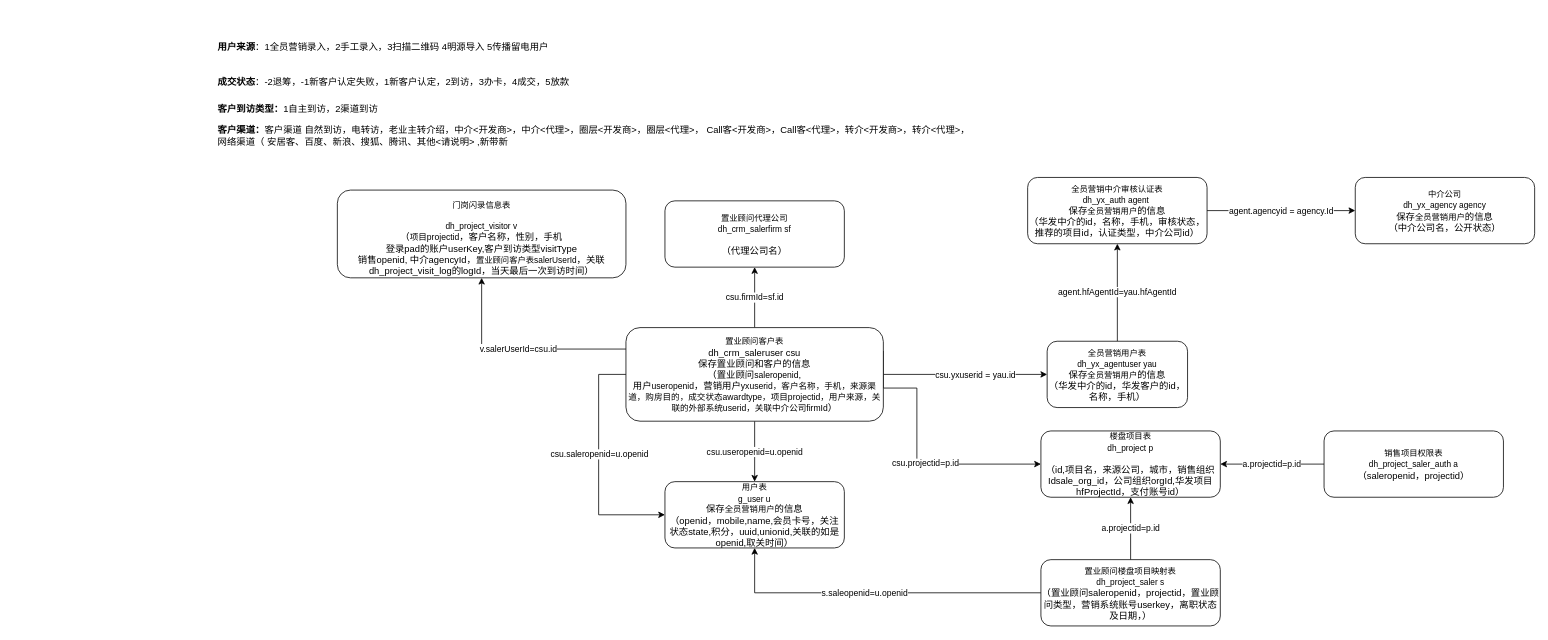
Above: page "移动案场基础表结构关系" (3 of 3) of 全民营销.drawio in juesuchen/diagrams (draw.io), before the change. Source tidied: cells renumbered, new cells numbered last; positions are measured from the earlier drawing's top-left corner, leaving out a move shared by most shapes. Both pictures are drawn from the tidied source at 78%, with x=0, y=0 at pixel (216, 13).
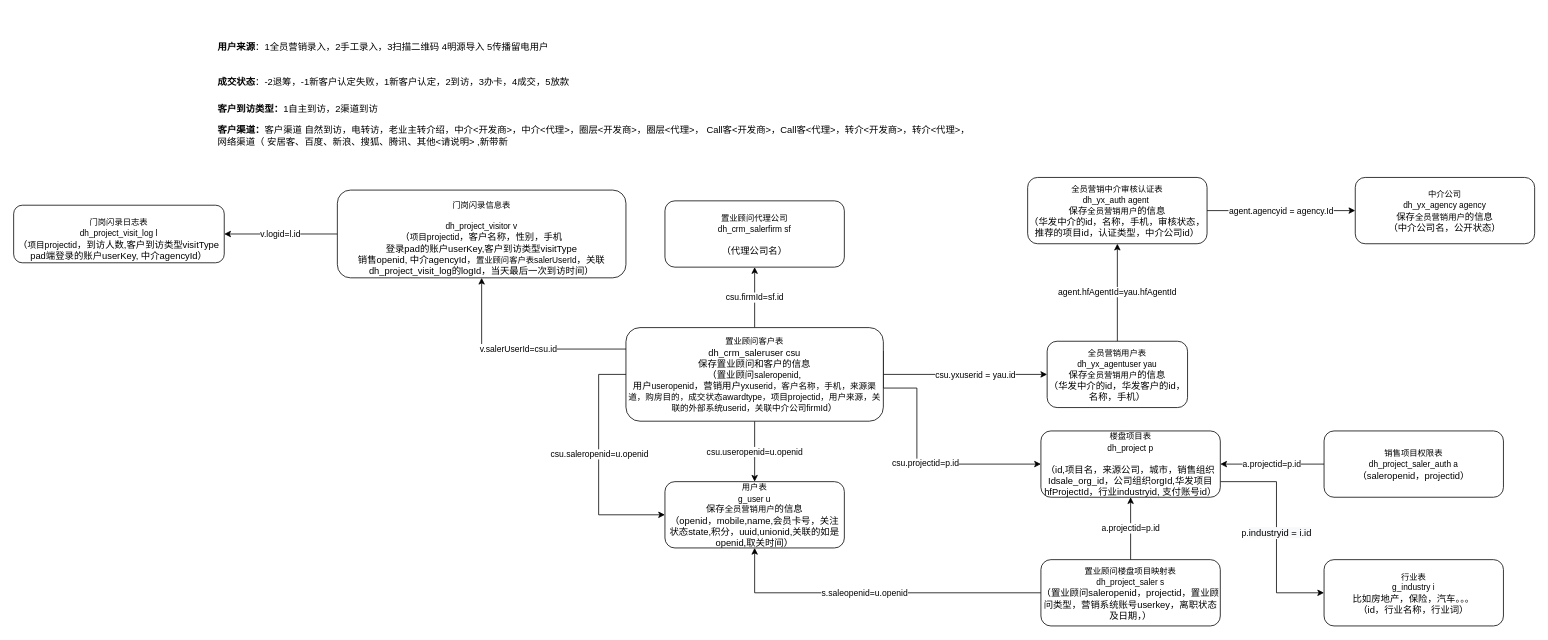
Above is the later version.

Commit message:
更新全民营销.drawio

The change refers to these unchanged cells:
```xml
<mxCell id="21" value="&lt;p class=&quot;MsoNormal&quot;&gt;&lt;span style=&quot;font-size: 8.0000pt&quot;&gt;门岗闪录信息表&lt;/span&gt;&lt;/p&gt;&lt;span style=&quot;font-size: 10.6667px&quot;&gt;dh_project_visitor v&lt;/span&gt;&lt;br&gt;（&lt;span style=&quot;font-size: 11px ; background-color: rgb(255 , 255 , 255)&quot;&gt;项目projectid&lt;/span&gt;，客户名称，性别，手机&lt;br&gt;登录pad的账户userKey,客户到访类型visitType&lt;br&gt;销售openid, 中介agencyId，&lt;span style=&quot;font-size: 10.6667px&quot;&gt;置业顾问客户表salerUserId&lt;/span&gt;，关联dh_project_visit_log的logId，当天最后一次到访时间）" style="rounded=1;whiteSpace=wrap;html=1;" parent="1" vertex="1">
  <mxGeometry x="155" y="226.2" width="370" height="112.5" as="geometry" />
</mxCell>
```

Change to the diagram source:
```diff
@@
+    <mxCell id="28" value="p.&lt;span style=&quot;font-size: 12px ; background-color: rgb(248 , 249 , 250)&quot;&gt;industryid = i.id&lt;/span&gt;" style="edgeStyle=orthogonalEdgeStyle;rounded=0;jettySize=auto;html=1;entryX=0;entryY=0.5;entryDx=0;entryDy=0;" parent="1" edge="1" source="20" target="30">
+      <mxGeometry relative="1" as="geometry">
+        <Array as="points">
+          <mxPoint x="1359" y="600" />
+          <mxPoint x="1359" y="743" />
+        </Array>
+      </mxGeometry>
+    </mxCell>
-    <mxCell id="20" value="&lt;span style=&quot;font-size: 10.6667px&quot;&gt;楼盘项目表&lt;/span&gt;&lt;br&gt;&lt;span style=&quot;font-size: 10.6667px&quot;&gt;dh_project&amp;nbsp;p&lt;/span&gt;&lt;br&gt;&lt;br&gt;（id,项目名，来源公司，城市，销售组织Idsale_org_id，公司组织orgId,华发项目hfProjectId，支付账号id）" style="rounded=1;whiteSpace=wrap;html=1;" parent="1" vertex="1">
+    <mxCell id="20" value="&lt;span style=&quot;font-size: 10.6667px&quot;&gt;楼盘项目表&lt;/span&gt;&lt;br&gt;&lt;span style=&quot;font-size: 10.6667px&quot;&gt;dh_project&amp;nbsp;p&lt;/span&gt;&lt;br&gt;&lt;br&gt;（id,项目名，来源公司，城市，销售组织Idsale_org_id，公司组织orgId,华发项目hfProjectId，行业industryid, 支付账号id）" style="rounded=1;whiteSpace=wrap;html=1;" parent="1" vertex="1">
       <mxGeometry x="1057" y="535" width="230" height="85" as="geometry" />
     </mxCell>
+    <mxCell id="29" value="v.logid=l.id" style="edgeStyle=orthogonalEdgeStyle;rounded=0;jettySize=auto;html=1;" parent="1" edge="1" source="21" target="31">
+      <mxGeometry relative="1" as="geometry" />
+    </mxCell>
@@
+    <mxCell id="30" value="&lt;span style=&quot;font-size: 8pt&quot;&gt;行业表&lt;br&gt;&lt;/span&gt;&lt;span style=&quot;font-size: 10.6667px&quot;&gt;g_industry&amp;nbsp;i&lt;br&gt;&lt;/span&gt;比如房地产，保险，汽车。。。&lt;br&gt;（id，行业名称，行业词）" style="rounded=1;whiteSpace=wrap;html=1;" parent="1" vertex="1">
+      <mxGeometry x="1420" y="700" width="230" height="85" as="geometry" />
+    </mxCell>
+    <mxCell id="31" value="&lt;p class=&quot;MsoNormal&quot;&gt;&lt;/p&gt;&lt;span style=&quot;font-size: 8pt&quot;&gt;门岗闪录日志表&lt;br&gt;&lt;/span&gt;&lt;span style=&quot;font-size: 10.6667px&quot;&gt;dh_project_visit_log l&lt;/span&gt;&lt;br&gt;（&lt;span style=&quot;font-size: 11px ; background-color: rgb(255 , 255 , 255)&quot;&gt;项目projectid&lt;/span&gt;，到访人数,客户到访类型visitType&lt;br&gt;pad端登录的账户userKey, 中介agencyId）" style="rounded=1;whiteSpace=wrap;html=1;" parent="1" vertex="1">
+      <mxGeometry x="-260" y="245.6" width="270" height="73.8" as="geometry" />
+    </mxCell>
```
